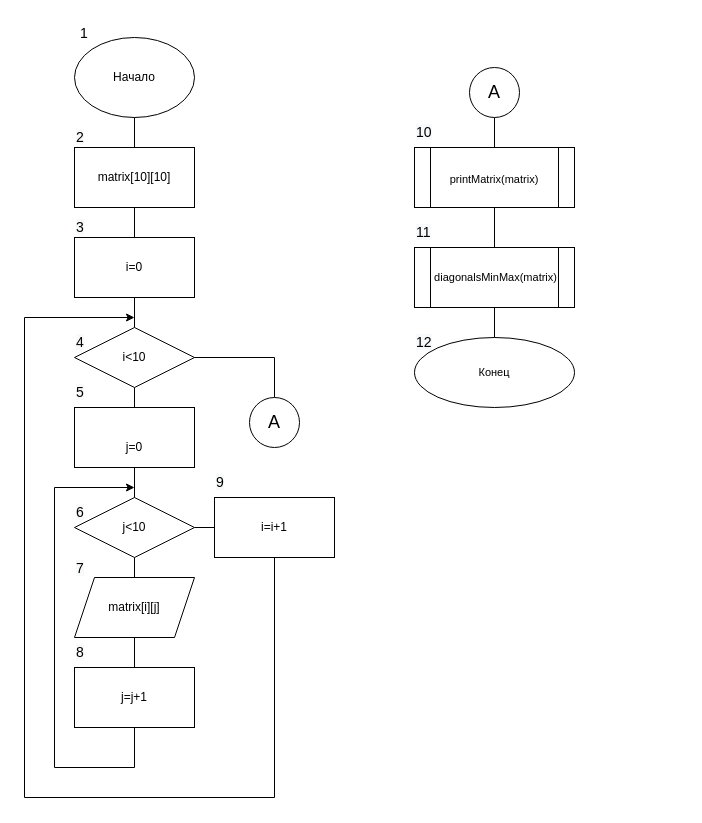
Before: page "Page-1" (1 of 3) of Untitled Diagram.drawio in Maquim4/repository_for_challenge, a draw.io diagram. Source tidied: cells renumbered, new cells numbered last; positions are measured from the earlier drawing's top-left corner, leaving out a move shared by most shapes. Both pictures are drawn from the tidied source at 100%, with x=0, y=0 at pixel (24, 17).
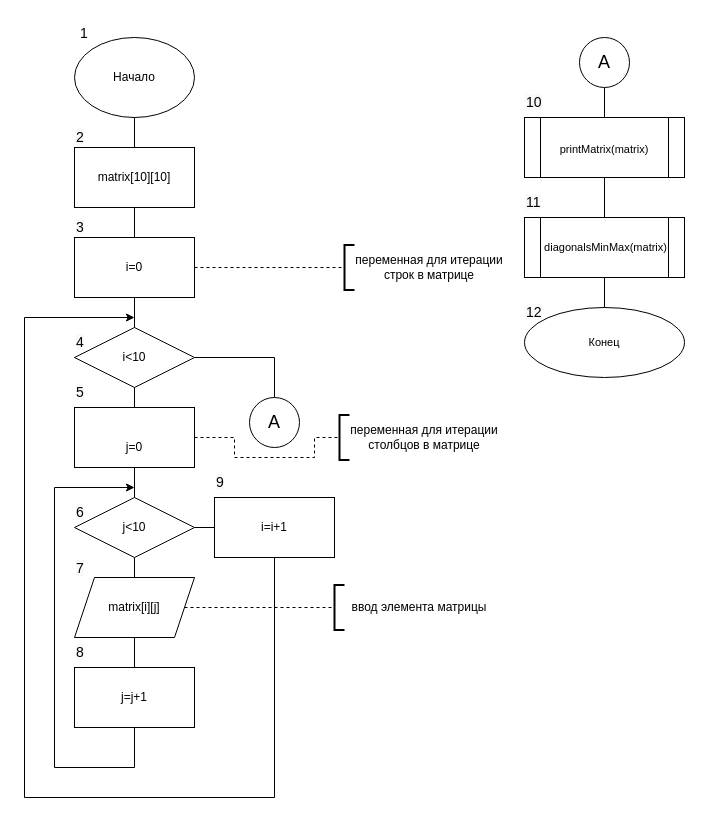
After the change.

Unchanged cells that the change refers to:
```xml
<mxCell id="6" style="rounded=0;whiteSpace=wrap;html=1;" parent="1" vertex="1">
  <mxGeometry x="50" y="220" width="120" height="60" as="geometry" />
</mxCell>
```

What changed in the source:
```diff
@@
     <mxCell id="25" value="&lt;font style=&quot;font-size: 11px;&quot;&gt;printMatrix(matrix)&lt;/font&gt;" style="shape=process;whiteSpace=wrap;html=1;backgroundOutline=1;fontSize=18;" parent="1" vertex="1">
-      <mxGeometry x="390" y="130" width="160" height="60" as="geometry" />
+      <mxGeometry x="500" y="100" width="160" height="60" as="geometry" />
     </mxCell>
     <mxCell id="26" value="&amp;nbsp;diagonalsMinMax(matrix)" style="shape=process;whiteSpace=wrap;html=1;backgroundOutline=1;fontSize=11;" parent="1" vertex="1">
-      <mxGeometry x="390" y="230" width="160" height="60" as="geometry" />
+      <mxGeometry x="500" y="200" width="160" height="60" as="geometry" />
     </mxCell>
     <mxCell id="27" style="endArrow=none;html=1;rounded=0;fontSize=11;exitX=0.5;exitY=1;exitDx=0;exitDy=0;entryX=0.5;entryY=0;entryDx=0;entryDy=0;" parent="1" edge="1" target="25">
       <mxGeometry relative="1" as="geometry">
-        <mxPoint x="470" y="100" as="sourcePoint" />
+        <mxPoint x="580" y="70" as="sourcePoint" />
       </mxGeometry>
     </mxCell>
@@
     <mxCell id="29" value="&lt;font style=&quot;font-size: 11px;&quot;&gt;Конец&lt;/font&gt;" style="ellipse;whiteSpace=wrap;html=1;fontSize=11;" parent="1" vertex="1">
-      <mxGeometry x="390" y="320" width="160" height="70" as="geometry" />
+      <mxGeometry x="500" y="290" width="160" height="70" as="geometry" />
     </mxCell>
@@
     <mxCell id="40" value="&lt;span style=&quot;color: rgb(0, 0, 0); font-family: Helvetica; font-size: 14px; font-style: normal; font-variant-ligatures: normal; font-variant-caps: normal; font-weight: 400; letter-spacing: normal; orphans: 2; text-align: center; text-indent: 0px; text-transform: none; widows: 2; word-spacing: 0px; -webkit-text-stroke-width: 0px; background-color: rgb(248, 249, 250); text-decoration-thickness: initial; text-decoration-style: initial; text-decoration-color: initial; float: none; display: inline !important;&quot;&gt;10&lt;/span&gt;" style="text;whiteSpace=wrap;html=1;fontSize=14;" parent="1" vertex="1">
-      <mxGeometry x="390" y="100" width="40" height="40" as="geometry" />
+      <mxGeometry x="500" y="70" width="40" height="40" as="geometry" />
     </mxCell>
     <mxCell id="41" value="&lt;span style=&quot;color: rgb(0, 0, 0); font-family: Helvetica; font-size: 14px; font-style: normal; font-variant-ligatures: normal; font-variant-caps: normal; font-weight: 400; letter-spacing: normal; orphans: 2; text-align: center; text-indent: 0px; text-transform: none; widows: 2; word-spacing: 0px; -webkit-text-stroke-width: 0px; background-color: rgb(248, 249, 250); text-decoration-thickness: initial; text-decoration-style: initial; text-decoration-color: initial; float: none; display: inline !important;&quot;&gt;11&lt;/span&gt;" style="text;whiteSpace=wrap;html=1;fontSize=14;" parent="1" vertex="1">
-      <mxGeometry x="390" y="200" width="40" height="40" as="geometry" />
+      <mxGeometry x="500" y="170" width="40" height="40" as="geometry" />
     </mxCell>
     <mxCell id="42" value="&lt;span style=&quot;color: rgb(0, 0, 0); font-family: Helvetica; font-size: 14px; font-style: normal; font-variant-ligatures: normal; font-variant-caps: normal; font-weight: 400; letter-spacing: normal; orphans: 2; text-align: center; text-indent: 0px; text-transform: none; widows: 2; word-spacing: 0px; -webkit-text-stroke-width: 0px; background-color: rgb(248, 249, 250); text-decoration-thickness: initial; text-decoration-style: initial; text-decoration-color: initial; float: none; display: inline !important;&quot;&gt;12&lt;/span&gt;" style="text;whiteSpace=wrap;html=1;fontSize=14;" parent="1" vertex="1">
-      <mxGeometry x="390" y="310" width="40" height="40" as="geometry" />
+      <mxGeometry x="500" y="280" width="40" height="40" as="geometry" />
     </mxCell>
@@
     <mxCell id="44" value="&lt;font style=&quot;font-size: 18px;&quot;&gt;A&lt;/font&gt;" style="ellipse;whiteSpace=wrap;html=1;" parent="1" vertex="1">
-      <mxGeometry x="445" y="50" width="50" height="50" as="geometry" />
+      <mxGeometry x="555" y="20" width="50" height="50" as="geometry" />
     </mxCell>
+    <mxCell id="45" style="endArrow=none;dashed=1;html=1;rounded=0;exitX=1;exitY=0.5;exitDx=0;exitDy=0;entryX=0;entryY=0.5;entryDx=0;entryDy=0;entryPerimeter=0;" parent="1" edge="1" source="6" target="46">
+      <mxGeometry relative="1" as="geometry" />
+    </mxCell>
+    <mxCell id="46" style="strokeWidth=2;html=1;shape=mxgraph.flowchart.annotation_1;align=left;" parent="1" vertex="1">
+      <mxGeometry x="320" y="227.5" width="10" height="45" as="geometry" />
+    </mxCell>
+    <mxCell id="47" value="переменная для итерации строк в матрице" style="text;html=1;strokeColor=none;fillColor=none;align=center;verticalAlign=middle;whiteSpace=wrap;rounded=0;" parent="1" vertex="1">
+      <mxGeometry x="320" y="235" width="170" height="30" as="geometry" />
+    </mxCell>
+    <mxCell id="48" style="endArrow=none;dashed=1;html=1;rounded=0;entryX=0;entryY=0.5;entryDx=0;entryDy=0;entryPerimeter=0;" parent="1" edge="1" target="49">
+      <mxGeometry relative="1" as="geometry">
+        <mxPoint x="170" y="420" as="sourcePoint" />
+        <Array as="points">
+          <mxPoint x="210" y="420" />
+          <mxPoint x="210" y="440" />
+          <mxPoint x="270" y="440" />
+          <mxPoint x="290" y="440" />
+          <mxPoint x="290" y="420" />
+        </Array>
+      </mxGeometry>
+    </mxCell>
+    <mxCell id="49" style="strokeWidth=2;html=1;shape=mxgraph.flowchart.annotation_1;align=left;" parent="1" vertex="1">
+      <mxGeometry x="315" y="397.5" width="10" height="45" as="geometry" />
+    </mxCell>
+    <mxCell id="50" value="переменная для итерации столбцов в матрице" style="text;html=1;strokeColor=none;fillColor=none;align=center;verticalAlign=middle;whiteSpace=wrap;rounded=0;" parent="1" vertex="1">
+      <mxGeometry x="315" y="405" width="170" height="30" as="geometry" />
+    </mxCell>
+    <mxCell id="51" style="endArrow=none;dashed=1;html=1;rounded=0;exitX=1;exitY=0.5;exitDx=0;exitDy=0;entryX=0;entryY=0.5;entryDx=0;entryDy=0;entryPerimeter=0;" parent="1" edge="1" target="52">
+      <mxGeometry relative="1" as="geometry">
+        <mxPoint x="160" y="590" as="sourcePoint" />
+      </mxGeometry>
+    </mxCell>
+    <mxCell id="52" style="strokeWidth=2;html=1;shape=mxgraph.flowchart.annotation_1;align=left;" parent="1" vertex="1">
+      <mxGeometry x="310" y="567.5" width="10" height="45" as="geometry" />
+    </mxCell>
+    <mxCell id="53" value="ввод элемента матрицы" style="text;html=1;strokeColor=none;fillColor=none;align=center;verticalAlign=middle;whiteSpace=wrap;rounded=0;" parent="1" vertex="1">
+      <mxGeometry x="310" y="575" width="170" height="30" as="geometry" />
+    </mxCell>
```
